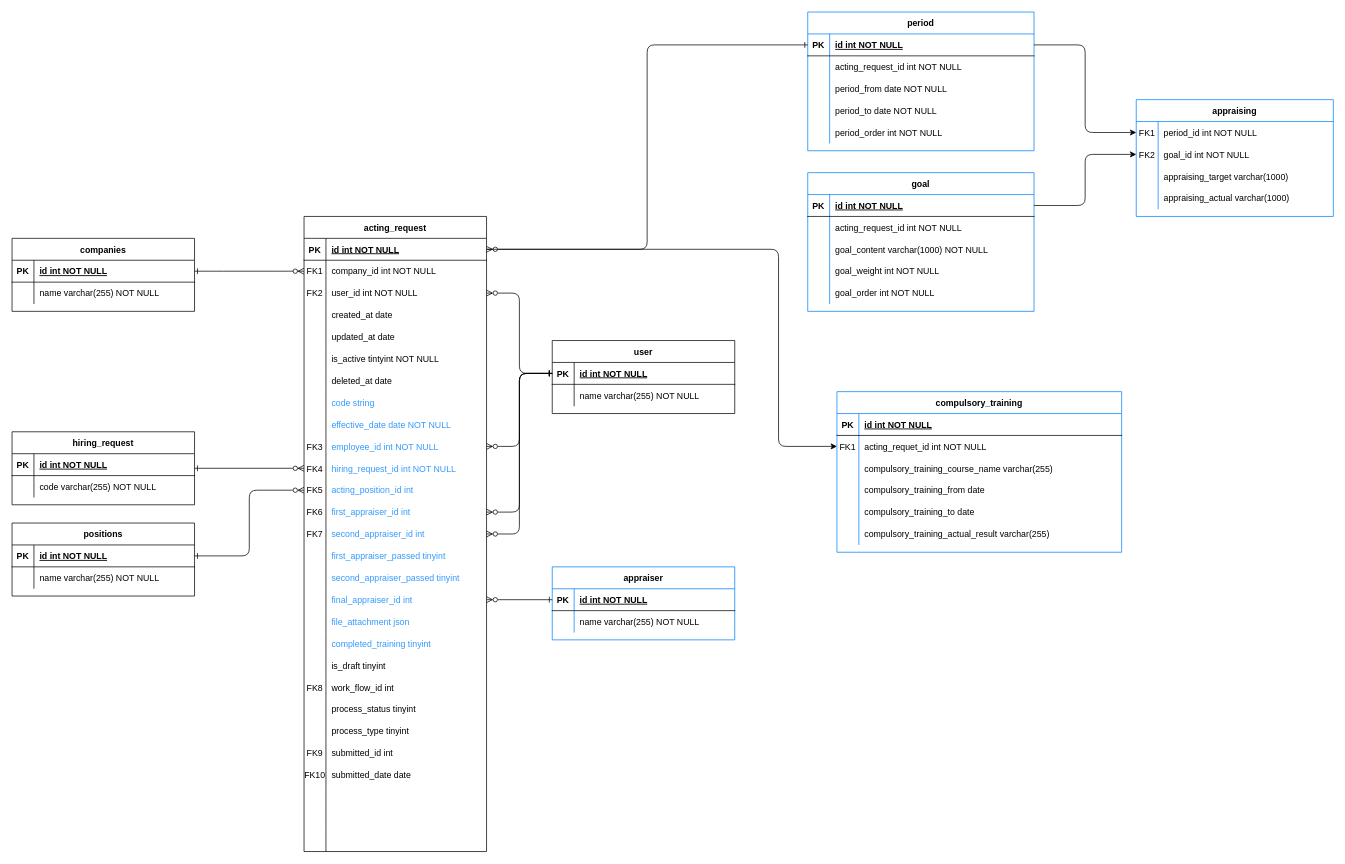
minh91a1/drawio keeps this draw.io diagram as hrtech_acting_request.drawio. Above is the earlier version. Source tidied: cells renumbered, new cells numbered last; positions are measured from the earlier drawing's top-left corner, leaving out a move shared by most shapes. Both pictures are drawn from the tidied source at 73%, with x=0, y=0 at pixel (12, 12).
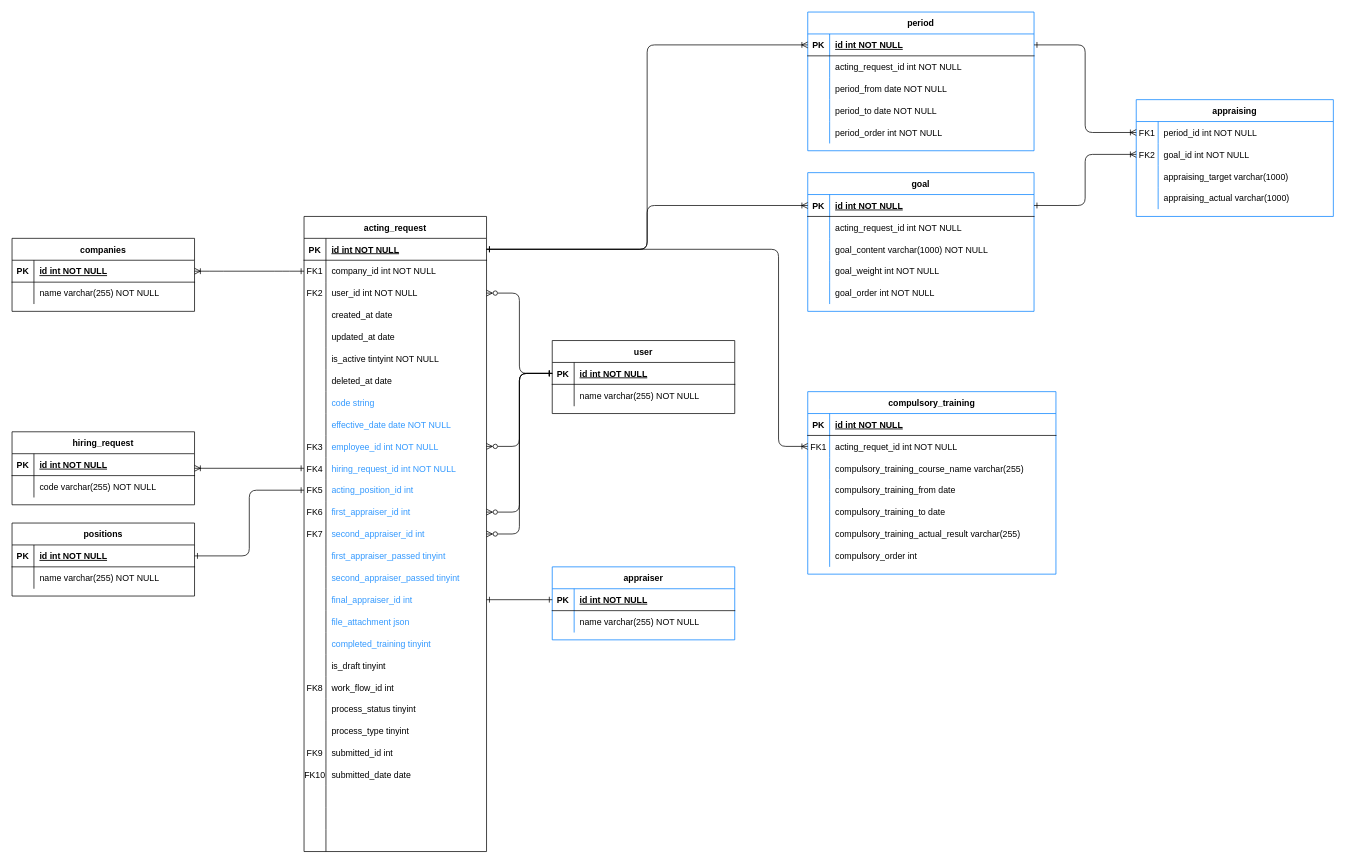
The same diagram, later.

The change refers to these unchanged cells:
```xml
<mxCell id="4" style="shape=partialRectangle;fillColor=none;points=[[0,0.5],[1,0.5]];portConstraint=eastwest;top=0;left=0;right=0;bottom=1;" parent="3" vertex="1">
  <mxGeometry y="30" width="250" height="30" as="geometry" />
</mxCell>
<mxCell id="7" style="shape=partialRectangle;fillColor=none;points=[[0,0.5],[1,0.5]];portConstraint=eastwest;top=0;left=0;right=0;bottom=0;" parent="3" vertex="1">
  <mxGeometry y="60" width="250" height="30" as="geometry" />
</mxCell>
<mxCell id="34" style="shape=partialRectangle;fillColor=none;points=[[0,0.5],[1,0.5]];portConstraint=eastwest;top=0;left=0;right=0;bottom=0;" parent="3" vertex="1">
  <mxGeometry y="330" width="250" height="30" as="geometry" />
</mxCell>
<mxCell id="37" style="shape=partialRectangle;fillColor=none;points=[[0,0.5],[1,0.5]];portConstraint=eastwest;top=0;left=0;right=0;bottom=0;" parent="3" vertex="1">
  <mxGeometry y="360" width="250" height="30" as="geometry" />
</mxCell>
<mxCell id="52" style="shape=partialRectangle;fillColor=none;points=[[0,0.5],[1,0.5]];portConstraint=eastwest;top=0;left=0;right=0;bottom=0;" parent="3" vertex="1">
  <mxGeometry y="510" width="250" height="30" as="geometry" />
</mxCell>
<mxCell id="89" style="shape=partialRectangle;fillColor=none;points=[[0,0.5],[1,0.5]];portConstraint=eastwest;top=0;left=0;right=0;bottom=1;" parent="88" vertex="1">
  <mxGeometry y="30" width="250" height="30" as="geometry" />
</mxCell>
<mxCell id="103" value="hiring_request" style="shape=table;startSize=30;childLayout=tableLayout;rowLines=0;fontStyle=1;align=center;" parent="1" vertex="1">
  <mxGeometry y="575" width="250" height="100" as="geometry" />
</mxCell>
<mxCell id="112" style="shape=partialRectangle;fillColor=none;points=[[0,0.5],[1,0.5]];portConstraint=eastwest;top=0;left=0;right=0;bottom=1;" parent="111" vertex="1">
  <mxGeometry y="30" width="250" height="30" as="geometry" />
</mxCell>
<mxCell id="123" style="shape=partialRectangle;fillColor=none;points=[[0,0.5],[1,0.5]];portConstraint=eastwest;top=0;left=0;right=0;bottom=1;" parent="122" vertex="1">
  <mxGeometry y="30" width="250" height="30" as="geometry" />
</mxCell>
<mxCell id="131" style="shape=partialRectangle;fillColor=none;points=[[0,0.5],[1,0.5]];portConstraint=eastwest;top=0;left=0;right=0;bottom=1;" parent="130" vertex="1">
  <mxGeometry y="30" width="310" height="30" as="geometry" />
</mxCell>
<mxCell id="147" style="shape=partialRectangle;fillColor=none;points=[[0,0.5],[1,0.5]];portConstraint=eastwest;top=0;left=0;right=0;bottom=1;" parent="146" vertex="1">
  <mxGeometry y="30" width="310" height="30" as="geometry" />
</mxCell>
<mxCell id="164" style="shape=partialRectangle;fillColor=none;points=[[0,0.5],[1,0.5]];portConstraint=eastwest;top=0;left=0;right=0;bottom=0;" parent="163" vertex="1">
  <mxGeometry y="30" width="270" height="30" as="geometry" />
</mxCell>
<mxCell id="167" style="shape=partialRectangle;fillColor=none;points=[[0,0.5],[1,0.5]];portConstraint=eastwest;top=0;left=0;right=0;bottom=0;" parent="163" vertex="1">
  <mxGeometry y="60" width="270" height="30" as="geometry" />
</mxCell>
```

The edit, as a diff of the source:
```diff
@@
-    <mxCell id="2" style="edgeStyle=entityRelationEdgeStyle;endArrow=ERzeroToMany;startArrow=ERone;endFill=1;startFill=0;" parent="1" edge="1" source="89" target="7">
+    <mxCell id="2" style="edgeStyle=entityRelationEdgeStyle;endArrow=ERone;startArrow=ERoneToMany;endFill=0;startFill=0;" parent="1" edge="1" source="89" target="7">
       <mxGeometry relative="1" as="geometry" />
     </mxCell>
@@
-    <mxCell id="110" style="edgeStyle=orthogonalEdgeStyle;rounded=1;jettySize=auto;html=1;entryX=0;entryY=0.5;entryDx=0;entryDy=0;endArrow=ERzeroToMany;endFill=0;startArrow=ERone;startFill=0;exitX=1;exitY=0.5;exitDx=0;exitDy=0;" parent="1" edge="1" source="103" target="34">
+    <mxCell id="110" style="edgeStyle=orthogonalEdgeStyle;rounded=1;jettySize=auto;html=1;entryX=0;entryY=0.5;entryDx=0;entryDy=0;endArrow=ERone;endFill=0;startArrow=ERoneToMany;startFill=0;exitX=1;exitY=0.5;exitDx=0;exitDy=0;" parent="1" edge="1" source="103" target="34">
       <mxGeometry relative="1" as="geometry" />
     </mxCell>
@@
-    <mxCell id="118" style="edgeStyle=orthogonalEdgeStyle;rounded=1;jettySize=auto;html=1;entryX=0;entryY=0.5;entryDx=0;entryDy=0;endArrow=ERzeroToMany;endFill=0;startArrow=ERone;startFill=0;exitX=1;exitY=0.5;exitDx=0;exitDy=0;" parent="1" edge="1" source="112" target="37">
+    <mxCell id="118" style="edgeStyle=orthogonalEdgeStyle;rounded=1;jettySize=auto;html=1;entryX=0;entryY=0.5;entryDx=0;entryDy=0;endArrow=ERone;endFill=0;startArrow=ERone;startFill=0;exitX=1;exitY=0.5;exitDx=0;exitDy=0;" parent="1" edge="1" source="112" target="37">
       <mxGeometry relative="1" as="geometry" />
     </mxCell>
@@
-    <mxCell id="129" style="edgeStyle=orthogonalEdgeStyle;rounded=1;jettySize=auto;html=1;endArrow=ERzeroToMany;endFill=0;startArrow=ERone;startFill=0;exitX=0;exitY=0.5;exitDx=0;exitDy=0;" parent="1" edge="1" source="123" target="52">
+    <mxCell id="129" style="edgeStyle=orthogonalEdgeStyle;rounded=1;jettySize=auto;html=1;endArrow=ERone;endFill=0;startArrow=ERone;startFill=0;exitX=0;exitY=0.5;exitDx=0;exitDy=0;" parent="1" edge="1" source="123" target="52">
       <mxGeometry relative="1" as="geometry" />
     </mxCell>
@@
-    <mxCell id="162" style="edgeStyle=orthogonalEdgeStyle;rounded=1;jettySize=auto;html=1;endArrow=ERzeroToMany;endFill=0;startArrow=ERone;startFill=0;entryX=1;entryY=0.5;entryDx=0;entryDy=0;exitX=0;exitY=0.5;exitDx=0;exitDy=0;" parent="1" edge="1" source="131" target="4">
-      <mxGeometry relative="1" as="geometry" />
-    </mxCell>
@@
-    <mxCell id="176" style="edgeStyle=orthogonalEdgeStyle;rounded=1;jettySize=auto;html=1;exitX=1;exitY=0.5;exitDx=0;exitDy=0;entryX=0;entryY=0.5;entryDx=0;entryDy=0;" parent="1" edge="1" source="131" target="164">
+    <mxCell id="176" style="edgeStyle=orthogonalEdgeStyle;rounded=1;jettySize=auto;html=1;exitX=1;exitY=0.5;exitDx=0;exitDy=0;entryX=0;entryY=0.5;entryDx=0;entryDy=0;endArrow=ERoneToMany;endFill=0;startArrow=ERone;startFill=0;" parent="1" edge="1" source="131" target="164">
       <mxGeometry relative="1" as="geometry" />
     </mxCell>
-    <mxCell id="177" style="edgeStyle=orthogonalEdgeStyle;rounded=1;jettySize=auto;html=1;entryX=0;entryY=0.5;entryDx=0;entryDy=0;" parent="1" edge="1" source="147" target="167">
+    <mxCell id="177" style="edgeStyle=orthogonalEdgeStyle;rounded=1;jettySize=auto;html=1;entryX=0;entryY=0.5;entryDx=0;entryDy=0;endArrow=ERoneToMany;endFill=0;startArrow=ERone;startFill=0;" parent="1" edge="1" source="147" target="167">
       <mxGeometry relative="1" as="geometry" />
     </mxCell>
     <mxCell id="178" value="compulsory_training" style="shape=table;startSize=30;childLayout=tableLayout;rowLines=0;fontStyle=1;align=center;strokeColor=#007FFF;" parent="1" vertex="1">
-      <mxGeometry x="1130" y="520" width="390" height="220" as="geometry" />
+      <mxGeometry x="1090" y="520" width="340" height="250" as="geometry" />
     </mxCell>
     <mxCell id="179" style="shape=partialRectangle;fillColor=none;top=0;left=0;right=0;bottom=1;" parent="178" vertex="1">
-      <mxGeometry y="30" width="390" height="30" as="geometry" />
+      <mxGeometry y="30" width="340" height="30" as="geometry" />
     </mxCell>
@@
     <mxCell id="181" value="id int NOT NULL " style="shape=partialRectangle;overflow=hidden;fillColor=none;top=0;left=0;bottom=0;right=0;align=left;spacingLeft=6;fontStyle=5;" parent="179" vertex="1">
-      <mxGeometry x="30" width="360" height="30" as="geometry" />
+      <mxGeometry x="30" width="310" height="30" as="geometry" />
     </mxCell>
     <mxCell id="182" style="shape=partialRectangle;fillColor=none;points=[[0,0.5],[1,0.5]];portConstraint=eastwest;top=0;left=0;right=0;bottom=0;" parent="178" vertex="1">
-      <mxGeometry y="60" width="390" height="30" as="geometry" />
+      <mxGeometry y="60" width="340" height="30" as="geometry" />
     </mxCell>
@@
     <mxCell id="184" value="acting_requet_id int NOT NULL" style="shape=partialRectangle;overflow=hidden;fillColor=none;top=0;left=0;bottom=0;right=0;align=left;spacingLeft=6;" parent="182" vertex="1">
-      <mxGeometry x="30" width="360" height="30" as="geometry" />
+      <mxGeometry x="30" width="310" height="30" as="geometry" />
     </mxCell>
     <mxCell id="185" style="shape=partialRectangle;fillColor=none;top=0;left=0;right=0;bottom=0;" parent="178" vertex="1">
-      <mxGeometry y="90" width="390" height="30" as="geometry" />
+      <mxGeometry y="90" width="340" height="30" as="geometry" />
     </mxCell>
@@
     <mxCell id="187" value="compulsory_training_course_name varchar(255)" style="shape=partialRectangle;overflow=hidden;fillColor=none;top=0;left=0;bottom=0;right=0;align=left;spacingLeft=6;" parent="185" vertex="1">
-      <mxGeometry x="30" width="360" height="30" as="geometry" />
+      <mxGeometry x="30" width="310" height="30" as="geometry" />
     </mxCell>
     <mxCell id="188" style="shape=partialRectangle;fillColor=none;top=0;left=0;right=0;bottom=0;" parent="178" vertex="1">
-      <mxGeometry y="120" width="390" height="30" as="geometry" />
+      <mxGeometry y="120" width="340" height="30" as="geometry" />
     </mxCell>
@@
     <mxCell id="190" value="compulsory_training_from date" style="shape=partialRectangle;overflow=hidden;fillColor=none;top=0;left=0;bottom=0;right=0;align=left;spacingLeft=6;" parent="188" vertex="1">
-      <mxGeometry x="30" width="360" height="30" as="geometry" />
+      <mxGeometry x="30" width="310" height="30" as="geometry" />
     </mxCell>
     <mxCell id="191" style="shape=partialRectangle;fillColor=none;top=0;left=0;right=0;bottom=0;" parent="178" vertex="1">
-      <mxGeometry y="150" width="390" height="30" as="geometry" />
+      <mxGeometry y="150" width="340" height="30" as="geometry" />
     </mxCell>
@@
     <mxCell id="193" value="compulsory_training_to date" style="shape=partialRectangle;overflow=hidden;fillColor=none;top=0;left=0;bottom=0;right=0;align=left;spacingLeft=6;" parent="191" vertex="1">
-      <mxGeometry x="30" width="360" height="30" as="geometry" />
+      <mxGeometry x="30" width="310" height="30" as="geometry" />
     </mxCell>
     <mxCell id="194" style="shape=partialRectangle;fillColor=none;top=0;left=0;right=0;bottom=0;" parent="178" vertex="1">
-      <mxGeometry y="180" width="390" height="30" as="geometry" />
+      <mxGeometry y="180" width="340" height="30" as="geometry" />
     </mxCell>
@@
     <mxCell id="196" value="compulsory_training_actual_result varchar(255)" style="shape=partialRectangle;overflow=hidden;fillColor=none;top=0;left=0;bottom=0;right=0;align=left;spacingLeft=6;" parent="194" vertex="1">
-      <mxGeometry x="30" width="360" height="30" as="geometry" />
+      <mxGeometry x="30" width="310" height="30" as="geometry" />
     </mxCell>
+    <mxCell id="198" style="shape=partialRectangle;fillColor=none;top=0;left=0;right=0;bottom=0;" parent="178" vertex="1">
+      <mxGeometry y="210" width="340" height="30" as="geometry" />
+    </mxCell>
+    <mxCell id="199" style="shape=partialRectangle;overflow=hidden;fillColor=none;top=0;left=0;bottom=0;right=0;" parent="198" vertex="1">
+      <mxGeometry width="30" height="30" as="geometry" />
+    </mxCell>
+    <mxCell id="200" value="compulsory_order int" style="shape=partialRectangle;overflow=hidden;fillColor=none;top=0;left=0;bottom=0;right=0;align=left;spacingLeft=6;" parent="198" vertex="1">
+      <mxGeometry x="30" width="310" height="30" as="geometry" />
+    </mxCell>
-    <mxCell id="197" style="edgeStyle=orthogonalEdgeStyle;rounded=1;jettySize=auto;html=1;entryX=0;entryY=0.5;entryDx=0;entryDy=0;" parent="1" edge="1" source="4" target="182">
+    <mxCell id="197" style="edgeStyle=orthogonalEdgeStyle;rounded=1;jettySize=auto;html=1;entryX=0;entryY=0.5;entryDx=0;entryDy=0;startArrow=ERone;startFill=0;endArrow=ERoneToMany;endFill=0;" parent="1" edge="1" source="4" target="182">
       <mxGeometry relative="1" as="geometry">
         <Array as="points">
           <mxPoint x="1050" y="325" />
           <mxPoint x="1050" y="595" />
         </Array>
       </mxGeometry>
     </mxCell>
+    <mxCell id="162" style="edgeStyle=orthogonalEdgeStyle;rounded=1;jettySize=auto;html=1;endArrow=ERoneToMany;endFill=0;startArrow=ERone;startFill=0;entryX=0;entryY=0.5;entryDx=0;entryDy=0;exitX=1;exitY=0.5;exitDx=0;exitDy=0;" parent="1" edge="1" source="4" target="131">
+      <mxGeometry relative="1" as="geometry" />
+    </mxCell>
+    <mxCell id="201" style="edgeStyle=orthogonalEdgeStyle;rounded=1;jettySize=auto;html=1;endArrow=ERoneToMany;endFill=0;startArrow=ERone;startFill=0;entryX=0;entryY=0.5;entryDx=0;entryDy=0;exitX=1;exitY=0.5;exitDx=0;exitDy=0;" parent="1" edge="1" source="4" target="147">
+      <mxGeometry relative="1" as="geometry" />
+    </mxCell>
```
